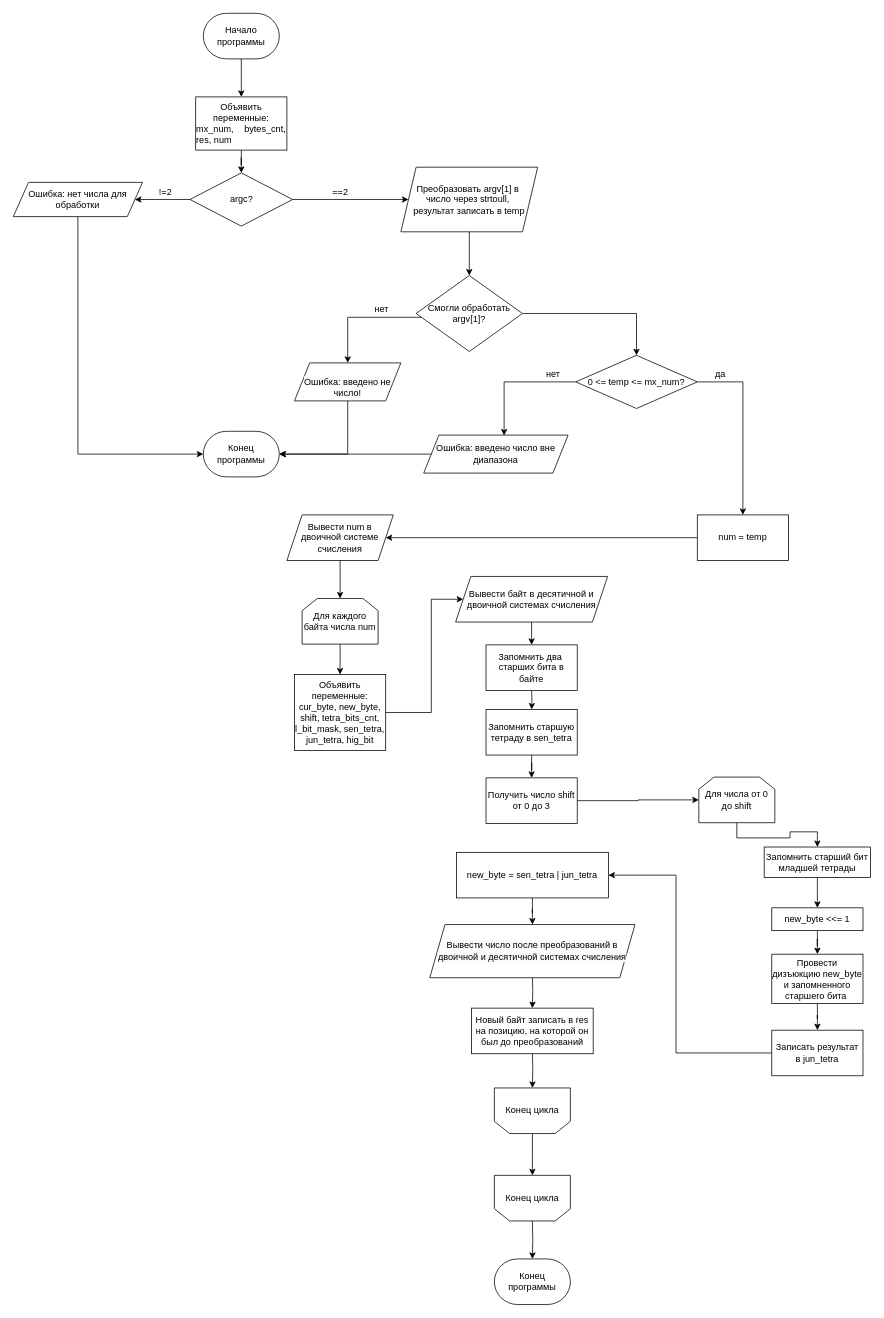
Above: Lab-1 tetra_shift.drawio in UnseeingQuality/Laboratories (draw.io), before the change. Source tidied: cells renumbered, new cells numbered last; positions are measured from the earlier drawing's top-left corner, leaving out a move shared by most shapes. Both pictures are drawn from the tidied source at 76%, with x=0, y=0 at pixel (13, 13).
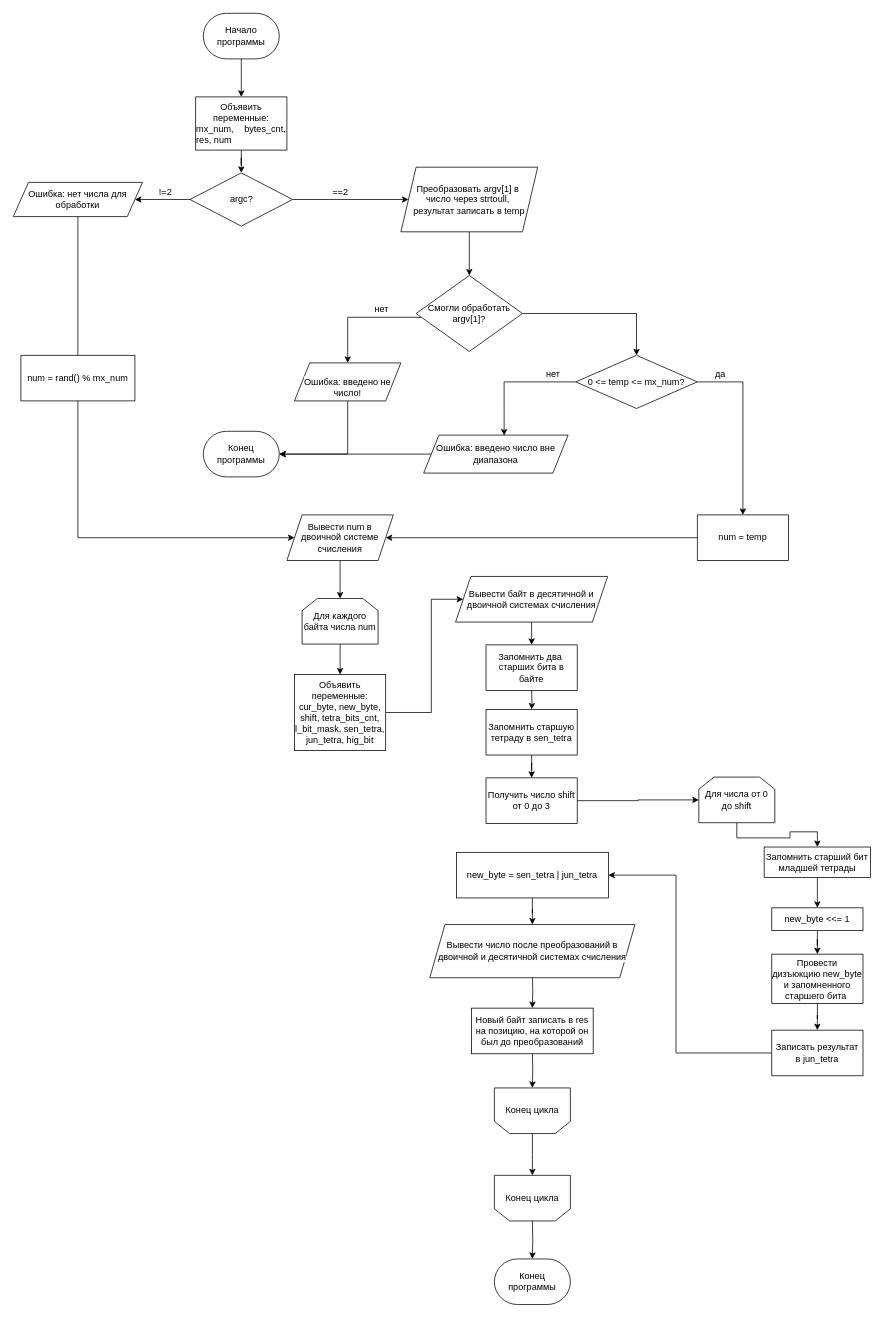
The same diagram, later.

The change refers to these unchanged cells:
```xml
<mxCell id="21" value="Ошибка: нет числа для обработки" style="shape=parallelogram;perimeter=parallelogramPerimeter;whiteSpace=wrap;html=1;fixedSize=1;" parent="1" vertex="1">
  <mxGeometry y="222.5" width="170" height="45" as="geometry" />
</mxCell>
<mxCell id="24" value="Конец программы" style="strokeWidth=1;html=1;shape=mxgraph.flowchart.terminator;whiteSpace=wrap;" parent="1" vertex="1">
  <mxGeometry x="250" y="550" width="100" height="60" as="geometry" />
</mxCell>
<mxCell id="29" value="Вывести num в двоичной системе счисления" style="shape=parallelogram;perimeter=parallelogramPerimeter;whiteSpace=wrap;html=1;fixedSize=1;" parent="1" vertex="1">
  <mxGeometry x="360" y="660" width="140" height="60" as="geometry" />
</mxCell>
```

The edit, as a diff of the source:
```diff
@@
-    <mxCell id="25" style="edgeStyle=orthogonalEdgeStyle;rounded=0;jettySize=auto;html=1;entryX=0;entryY=0.5;entryDx=0;entryDy=0;entryPerimeter=0;exitX=0.5;exitY=1;exitDx=0;exitDy=0;" parent="1" edge="1" source="21" target="24">
+    <mxCell id="25" style="edgeStyle=orthogonalEdgeStyle;rounded=0;jettySize=auto;html=1;exitX=0.5;exitY=1;exitDx=0;exitDy=0;entryX=0;entryY=0.5;entryDx=0;entryDy=0;" parent="1" edge="1" source="21" target="29">
       <mxGeometry relative="1" as="geometry">
         <Array as="points">
-          <mxPoint x="85" y="580" />
+          <mxPoint x="85" y="690" />
         </Array>
       </mxGeometry>
     </mxCell>
@@
+    <mxCell id="66" value="num = rand() % mx_num" style="rounded=0;whiteSpace=wrap;html=1;" parent="1" vertex="1">
+      <mxGeometry x="10" y="450" width="150" height="60" as="geometry" />
+    </mxCell>
```
